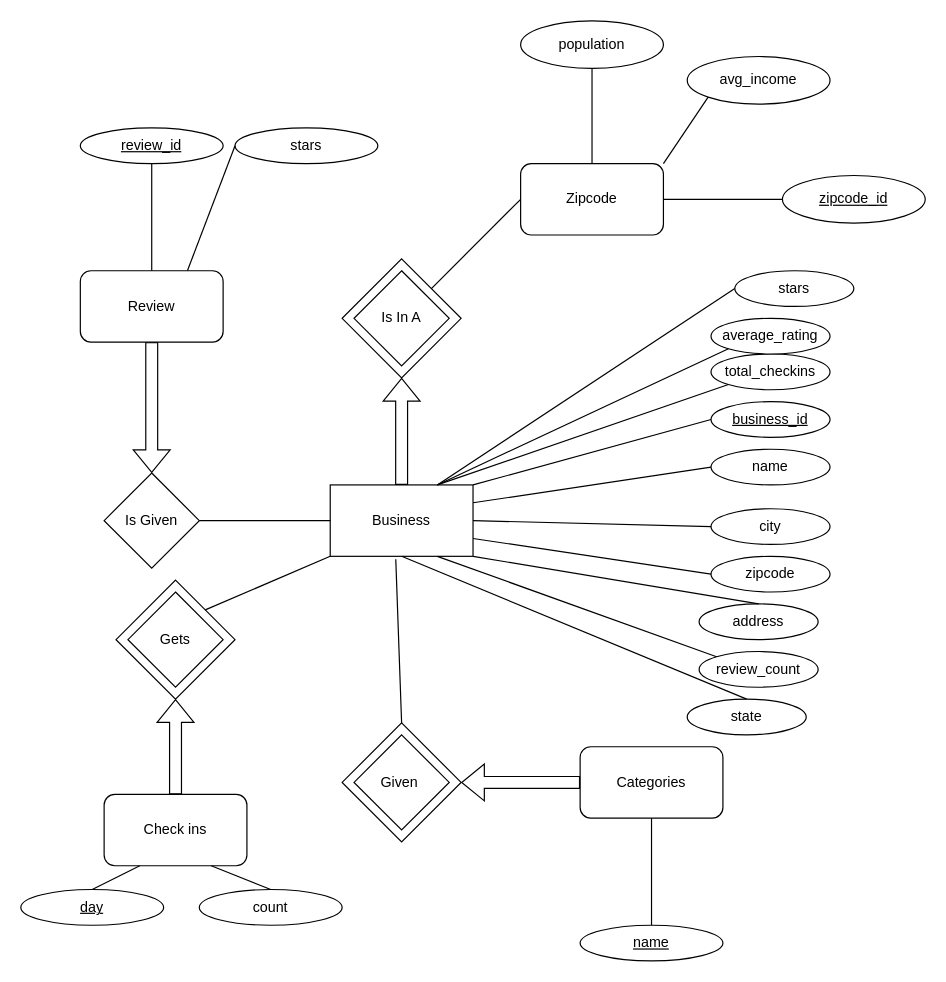
Above: 451_Milestone_1_ER_Diagram.drawio in chrome213/451-Course-Project (draw.io), before the change. Source tidied: cells renumbered, new cells numbered last; positions are measured from the earlier drawing's top-left corner, leaving out a move shared by most shapes. Both pictures are drawn from the tidied source at 119%, with x=0, y=0 at pixel (20, 20).
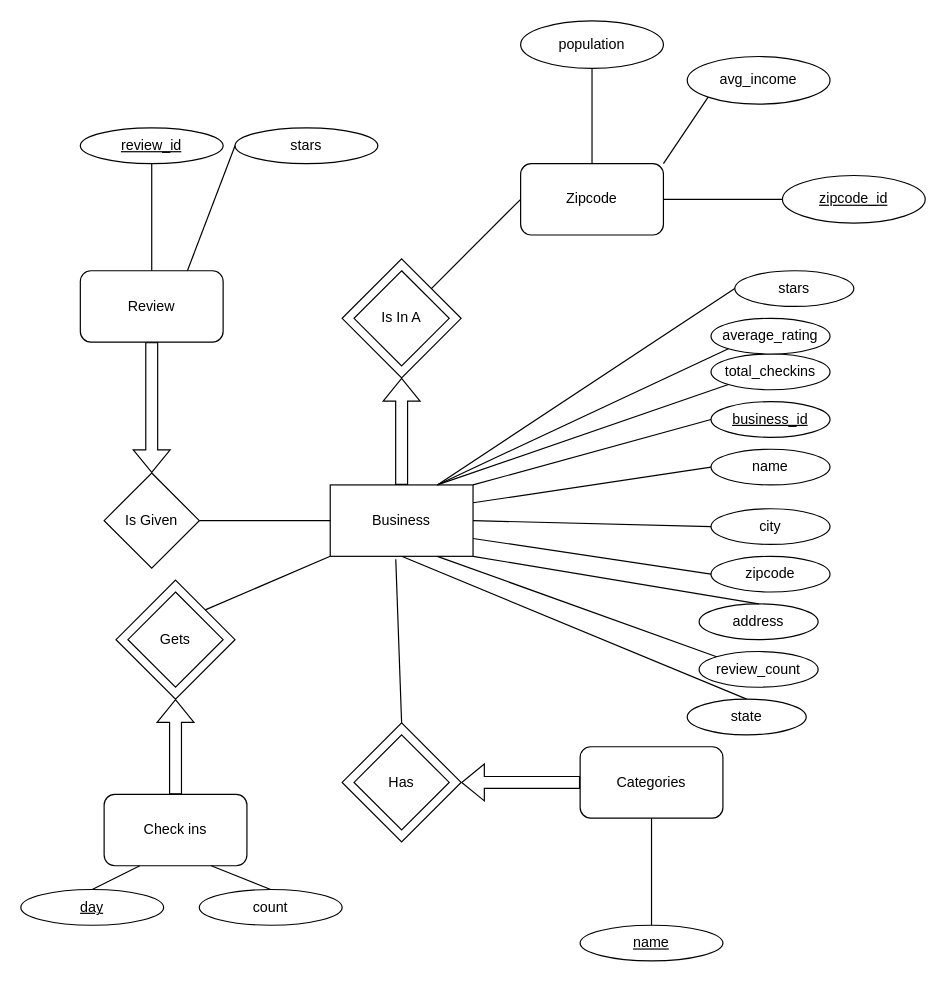
The same page after the edit.

What changed in the source:
```diff
@@
-    <mxCell id="41" value="Given&amp;nbsp;" style="rhombus;whiteSpace=wrap;html=1;" parent="1" vertex="1">
+    <mxCell id="41" value="Has" style="rhombus;whiteSpace=wrap;html=1;" parent="1" vertex="1">
       <mxGeometry x="280" y="600" width="80" height="80" as="geometry" />
     </mxCell>
```
